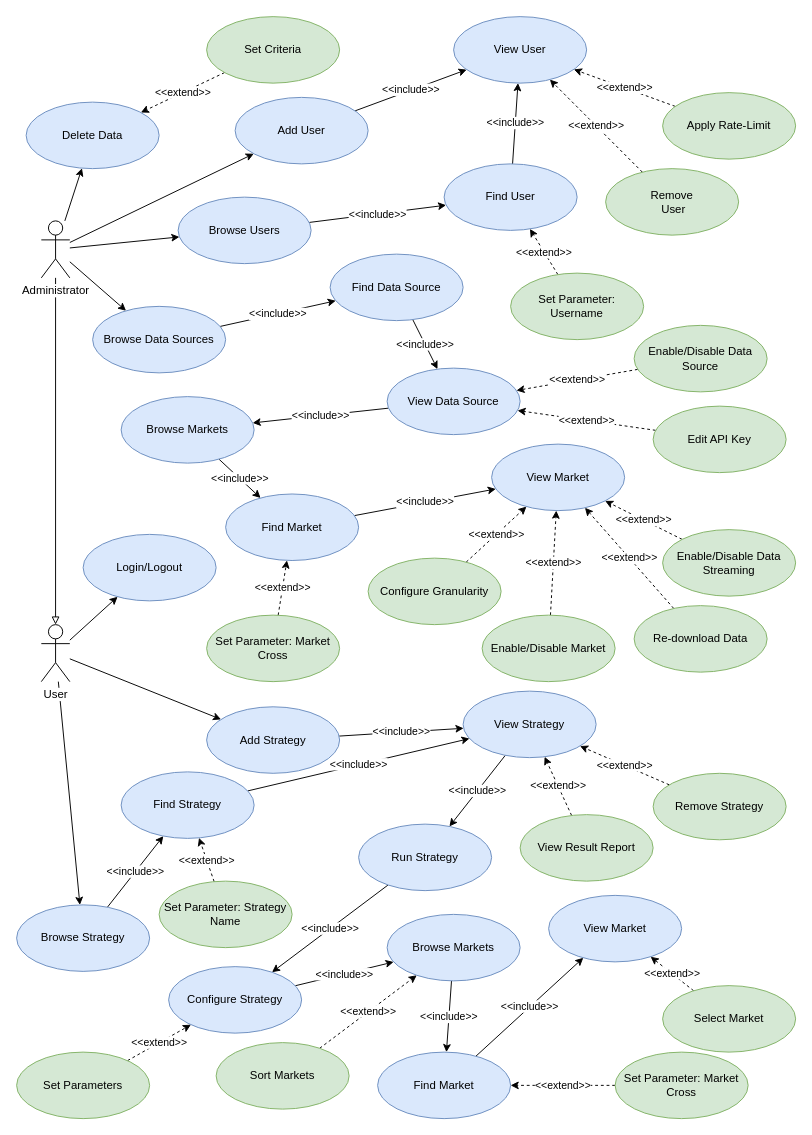
Earlier version of the draw.io diagram drawio/usecases.drawio (nferrante1/lsmsd2). Source tidied: cells renumbered, new cells numbered last; positions are measured from the earlier drawing's top-left corner, leaving out a move shared by most shapes. Both pictures are drawn from the tidied source at 95%, with x=0, y=0 at pixel (16, 16).
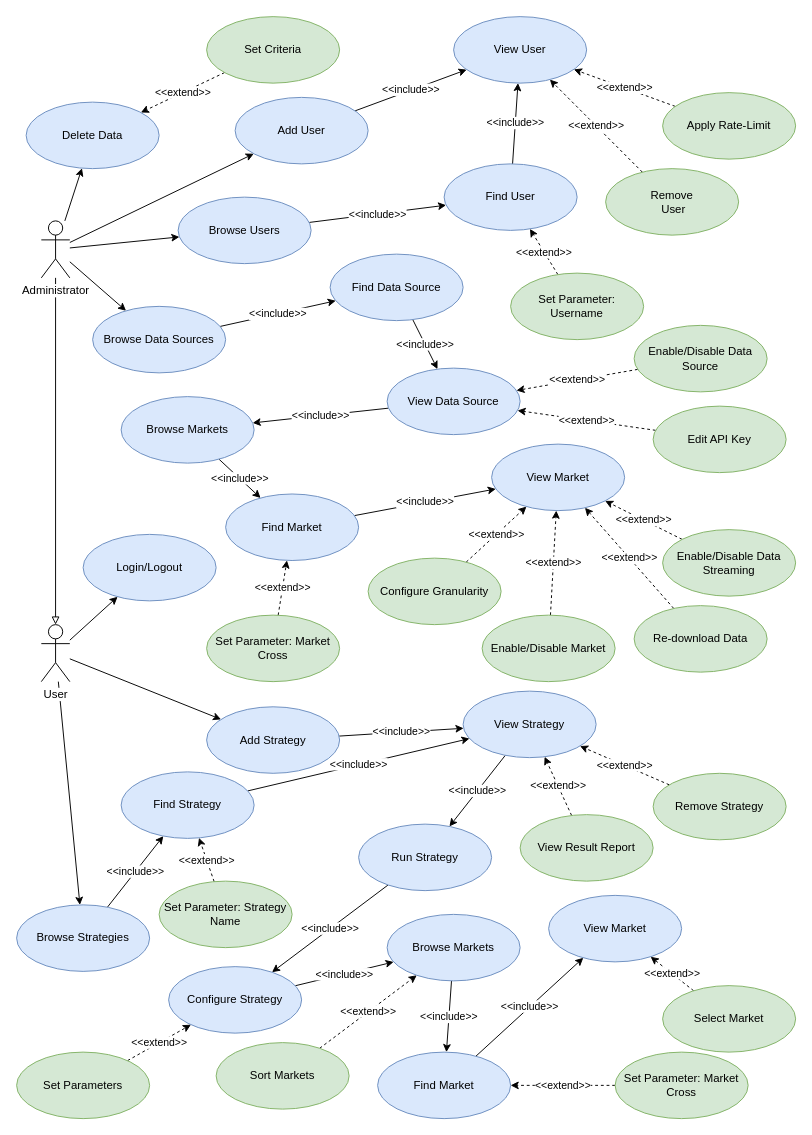
Above is the later version.

Commit message:
s/Strategy/Strategies/

Diff of the diagram source:
```diff
@@
-    <mxCell id="59" value="Browse Strategy" style="ellipse;whiteSpace=wrap;html=1;fillColor=#dae8fc;strokeColor=#6c8ebf;" parent="1" vertex="1">
+    <mxCell id="59" value="Browse Strategies" style="ellipse;whiteSpace=wrap;html=1;fillColor=#dae8fc;strokeColor=#6c8ebf;" parent="1" vertex="1">
       <mxGeometry y="935" width="140" height="70" as="geometry" />
     </mxCell>
```
